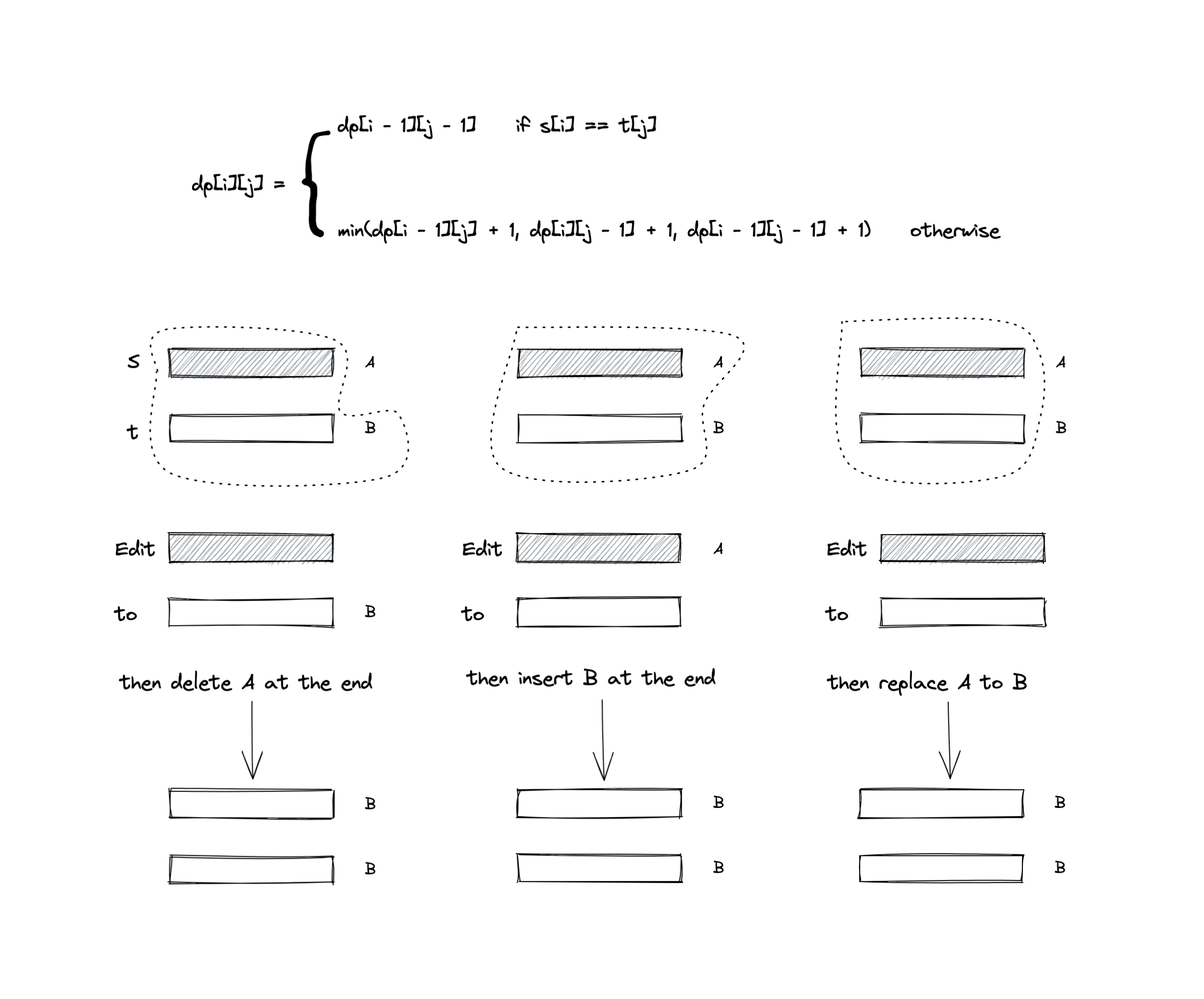
This is assets/img/leetcode/72_edit_distance.png from ikws4/ikws4.github.io, a Excalidraw export, as it was before one commit. Source tidied: one line per element, renumbered; positions are measured from the earlier drawing's top-left corner, leaving out a move shared by most shapes.
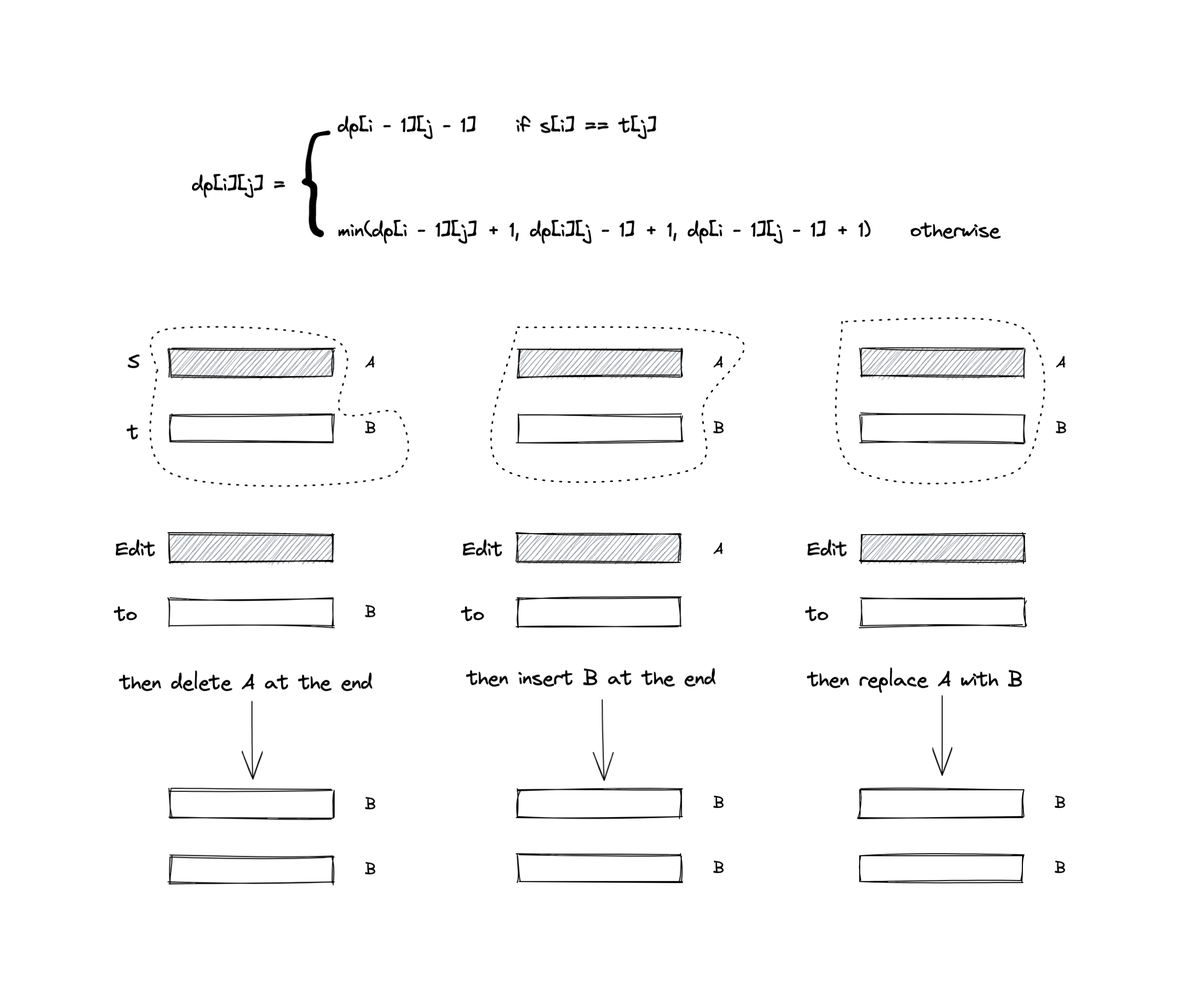
Above is the later version.

The edit, as a diff of the source:
```diff
@@ -31,7 +31,7 @@
 {"id": 30, "type": "text", "text": "then insert B at the end", "strokeColor": "#000000", "backgroundColor": "#868e96", "fillStyle": "hachure", "strokeWidth": 1, "strokeStyle": "dotted", "roughness": 2, "fontSize": 20, "fontFamily": 1, "x": 459, "y": 660, "width": 250, "height": 25}
 {"id": 31, "type": "text", "text": "A", "strokeColor": "#000000", "strokeWidth": 1, "roughness": 1, "fontSize": 14.73, "fontFamily": 1, "x": 707, "y": 534, "width": 10, "height": 18}
 {"id": 32, "type": "text", "text": "S", "strokeColor": "#000000", "strokeWidth": 1, "roughness": 1, "fontSize": 20, "fontFamily": 1, "x": 118, "y": 342, "width": 12, "height": 25}
-{"id": 33, "type": "text", "text": "Edit", "strokeColor": "#000000", "backgroundColor": "#868e96", "fillStyle": "hachure", "strokeWidth": 1, "strokeStyle": "dotted", "roughness": 2, "fontSize": 20, "fontFamily": 1, "x": 821, "y": 530, "width": 41, "height": 25}
+{"id": 33, "type": "text", "text": "Edit", "strokeColor": "#000000", "backgroundColor": "#868e96", "fillStyle": "hachure", "strokeWidth": 1, "strokeStyle": "dotted", "roughness": 2, "fontSize": 20, "fontFamily": 1, "x": 801, "y": 530, "width": 41, "height": 25}
 {"id": 34, "type": "rectangle", "strokeColor": "#000000", "strokeWidth": 1, "roughness": 1, "x": 511, "y": 849, "width": 164, "height": 27}
 {"id": 35, "type": "text", "text": "B", "strokeColor": "#000000", "strokeWidth": 1, "roughness": 1, "fontSize": 14.73, "fontFamily": 1, "x": 707, "y": 788, "width": 11, "height": 19}
 {"id": 36, "type": "text", "text": "B", "strokeColor": "#000000", "strokeWidth": 1, "roughness": 1, "fontSize": 14.73, "fontFamily": 1, "x": 707, "y": 854, "width": 11, "height": 18}
@@ -41,14 +41,14 @@
 {"id": 40, "type": "text", "text": "B", "strokeColor": "#000000", "strokeWidth": 1, "roughness": 1, "fontSize": 14.73, "fontFamily": 1, "x": 357, "y": 790, "width": 11, "height": 19}
 {"id": 41, "type": "text", "text": "B", "strokeColor": "#000000", "strokeWidth": 1, "roughness": 1, "fontSize": 14.73, "fontFamily": 1, "x": 357, "y": 856, "width": 11, "height": 18}
 {"id": 42, "type": "arrow", "strokeColor": "#000000", "strokeWidth": 1, "roughness": 0, "endArrowhead": "arrow", "from": 25, "to": 38, "x": 243, "y": 695, "width": 1, "height": 78, "points": [[0, 0], [1, 78]]}
-{"id": 43, "type": "rectangle", "strokeColor": "#000000", "backgroundColor": "#868e96", "fillStyle": "hachure", "strokeWidth": 1, "roughness": 1, "x": 876, "y": 528, "width": 164, "height": 27}
+{"id": 43, "type": "rectangle", "strokeColor": "#000000", "backgroundColor": "#868e96", "fillStyle": "hachure", "strokeWidth": 1, "roughness": 1, "x": 856, "y": 528, "width": 164, "height": 27}
-{"id": 44, "type": "text", "text": "to", "strokeColor": "#000000", "backgroundColor": "#868e96", "fillStyle": "hachure", "strokeWidth": 1, "strokeStyle": "dotted", "roughness": 2, "fontSize": 20, "fontFamily": 1, "x": 820, "y": 595, "width": 22, "height": 25}
+{"id": 44, "type": "text", "text": "to", "strokeColor": "#000000", "backgroundColor": "#868e96", "fillStyle": "hachure", "strokeWidth": 1, "strokeStyle": "dotted", "roughness": 2, "fontSize": 20, "fontFamily": 1, "x": 800, "y": 595, "width": 22, "height": 25}
-{"id": 45, "type": "rectangle", "strokeColor": "#000000", "strokeWidth": 1, "roughness": 1, "x": 876, "y": 592, "width": 164, "height": 27}
+{"id": 45, "type": "rectangle", "strokeColor": "#000000", "strokeWidth": 1, "roughness": 1, "x": 856, "y": 592, "width": 164, "height": 27}
-{"id": 46, "type": "text", "text": "then replace A to B", "strokeColor": "#000000", "backgroundColor": "#868e96", "fillStyle": "hachure", "strokeWidth": 1, "strokeStyle": "dotted", "roughness": 2, "fontSize": 20, "fontFamily": 1, "x": 822, "y": 664, "width": 200, "height": 25}
+{"id": 46, "type": "text", "text": "then replace A with B", "strokeColor": "#000000", "backgroundColor": "#868e96", "fillStyle": "hachure", "strokeWidth": 1, "strokeStyle": "dotted", "roughness": 2, "fontSize": 20, "fontFamily": 1, "x": 802, "y": 661, "width": 216, "height": 25}
 {"id": 47, "type": "rectangle", "strokeColor": "#000000", "strokeWidth": 1, "roughness": 1, "x": 854, "y": 849, "width": 164, "height": 27}
 {"id": 48, "type": "text", "text": "B", "strokeColor": "#000000", "strokeWidth": 1, "roughness": 1, "fontSize": 14.73, "fontFamily": 1, "x": 1050, "y": 788, "width": 11, "height": 19}
 {"id": 49, "type": "text", "text": "B", "strokeColor": "#000000", "strokeWidth": 1, "roughness": 1, "fontSize": 14.73, "fontFamily": 1, "x": 1050, "y": 854, "width": 11, "height": 18}
 {"id": 50, "type": "rectangle", "strokeColor": "#000000", "strokeWidth": 1, "roughness": 1, "x": 854, "y": 784, "width": 164, "height": 27}
 {"id": 51, "type": "arrow", "strokeColor": "#000000", "backgroundColor": "#868e96", "fillStyle": "hachure", "strokeWidth": 1, "roughness": 0, "endArrowhead": "arrow", "from": 30, "to": 37, "x": 595, "y": 694, "width": 2, "height": 81, "points": [[0, 0], [2, 81]]}
-{"id": 52, "type": "arrow", "strokeColor": "#000000", "backgroundColor": "#868e96", "fillStyle": "hachure", "strokeWidth": 1, "roughness": 0, "endArrowhead": "arrow", "from": 46, "to": 50, "x": 943, "y": 696, "width": 2, "height": 77, "points": [[0, 0], [2, 77]]}
 {"id": 53, "type": "rectangle", "strokeColor": "transparent", "strokeWidth": 1, "roughness": 0, "x": 0, "y": 0, "width": 1190, "height": 985}
+{"id": 54, "type": "arrow", "strokeColor": "#000000", "strokeWidth": 1, "roughness": 0, "endArrowhead": "arrow", "from": 46, "to": 50, "x": 937, "y": 690, "width": 0, "height": 80, "points": [[0, 0], [0, 80]]}
```
